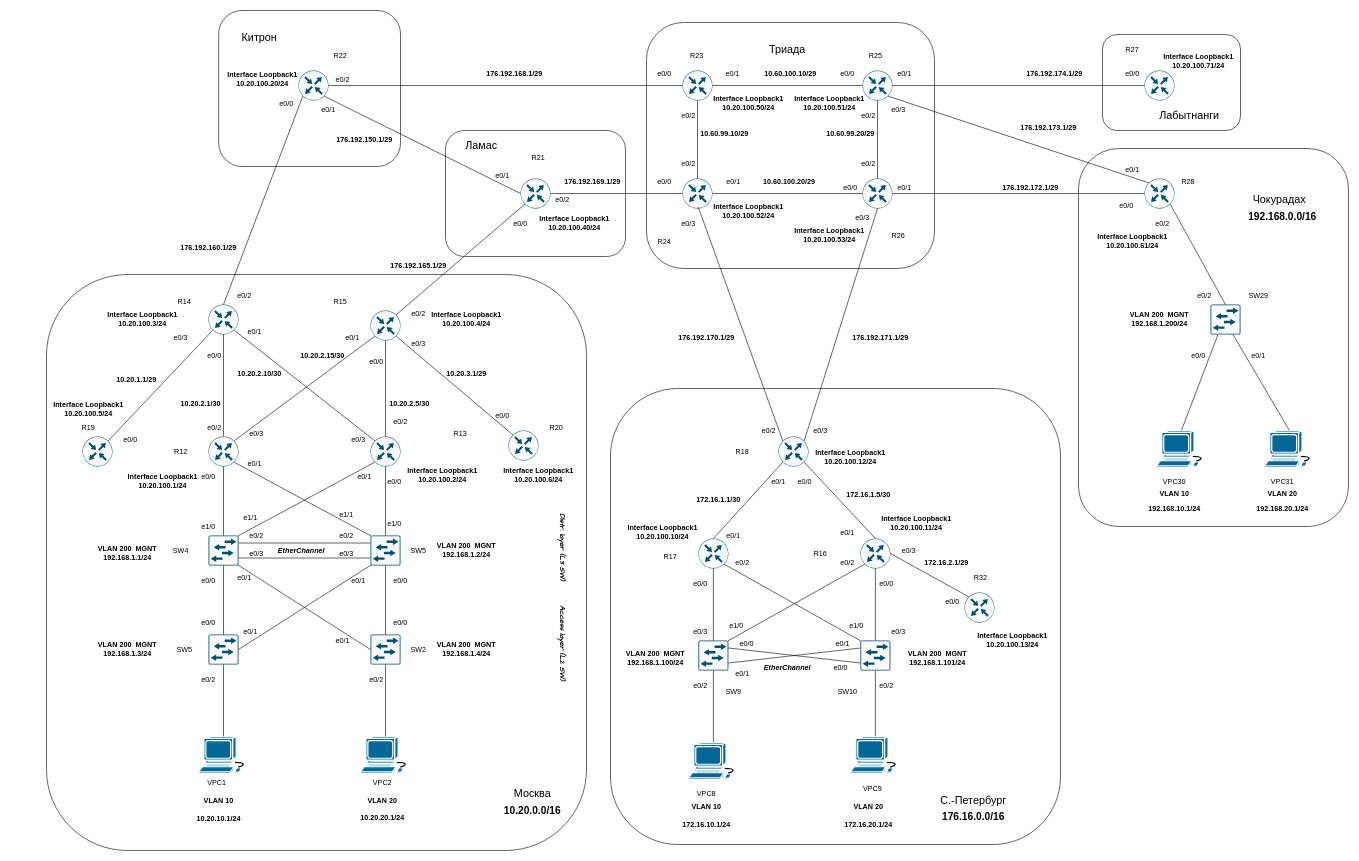
Before: Lab04 v2.drawio in fueller-max/drawio, a draw.io diagram. Source tidied: cells renumbered, new cells numbered last; positions are measured from the earlier drawing's top-left corner, leaving out a move shared by most shapes. Both pictures are drawn from the tidied source at 60%, with x=0, y=0 at pixel (46, 10).
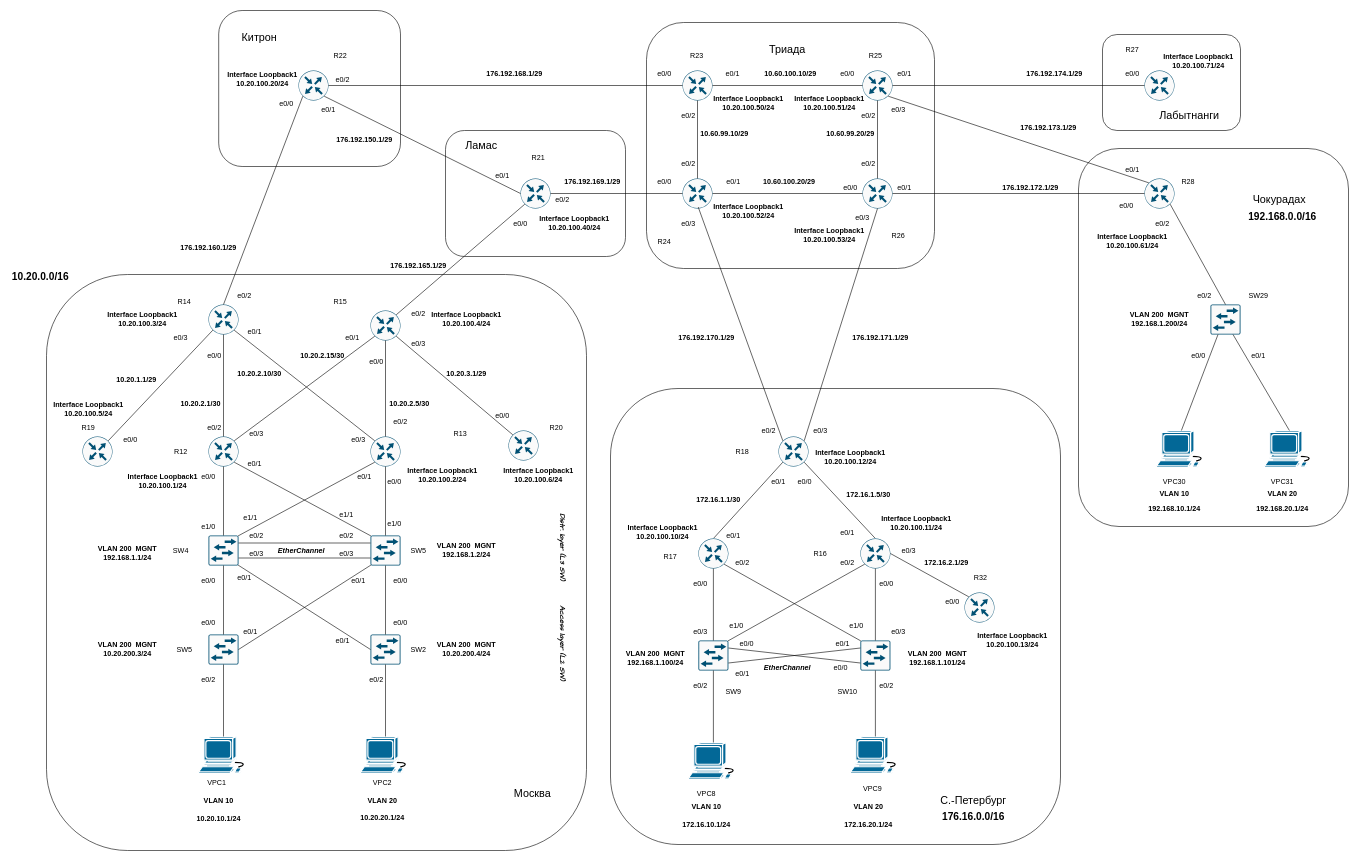
The same diagram, later.

The edit, as a diff of the source:
```diff
@@
-    <mxCell id="239" value="VLAN 200&amp;nbsp; MGNT&lt;div&gt;192.168.1.3/24&lt;/div&gt;" style="text;html=1;align=center;verticalAlign=middle;whiteSpace=wrap;rounded=0;fontStyle=1;" parent="1" vertex="1">
+    <mxCell id="239" value="VLAN 200&amp;nbsp; MGNT&lt;div&gt;10.20.200.3/24&lt;/div&gt;" style="text;html=1;align=center;verticalAlign=middle;whiteSpace=wrap;rounded=0;fontStyle=1;" parent="1" vertex="1">
       <mxGeometry x="80" y="1050" width="110" height="30" as="geometry" />
     </mxCell>
-    <mxCell id="240" value="VLAN 200&amp;nbsp; MGNT&lt;div&gt;192.168.1.4/24&lt;/div&gt;" style="text;html=1;align=center;verticalAlign=middle;whiteSpace=wrap;rounded=0;fontStyle=1;" parent="1" vertex="1">
+    <mxCell id="240" value="VLAN 200&amp;nbsp; MGNT&lt;div&gt;10.20.200.4/24&lt;/div&gt;" style="text;html=1;align=center;verticalAlign=middle;whiteSpace=wrap;rounded=0;fontStyle=1;" parent="1" vertex="1">
       <mxGeometry x="645" y="1050" width="110" height="30" as="geometry" />
     </mxCell>
@@
     <mxCell id="274" value="10.20.0.0/16" style="text;html=1;align=center;verticalAlign=middle;whiteSpace=wrap;rounded=0;fontStyle=1;fontSize=17;" parent="1" vertex="1">
-      <mxGeometry x="760" y="1320" width="100" height="30" as="geometry" />
+      <mxGeometry x="-60" y="430" width="100" height="30" as="geometry" />
     </mxCell>
```
